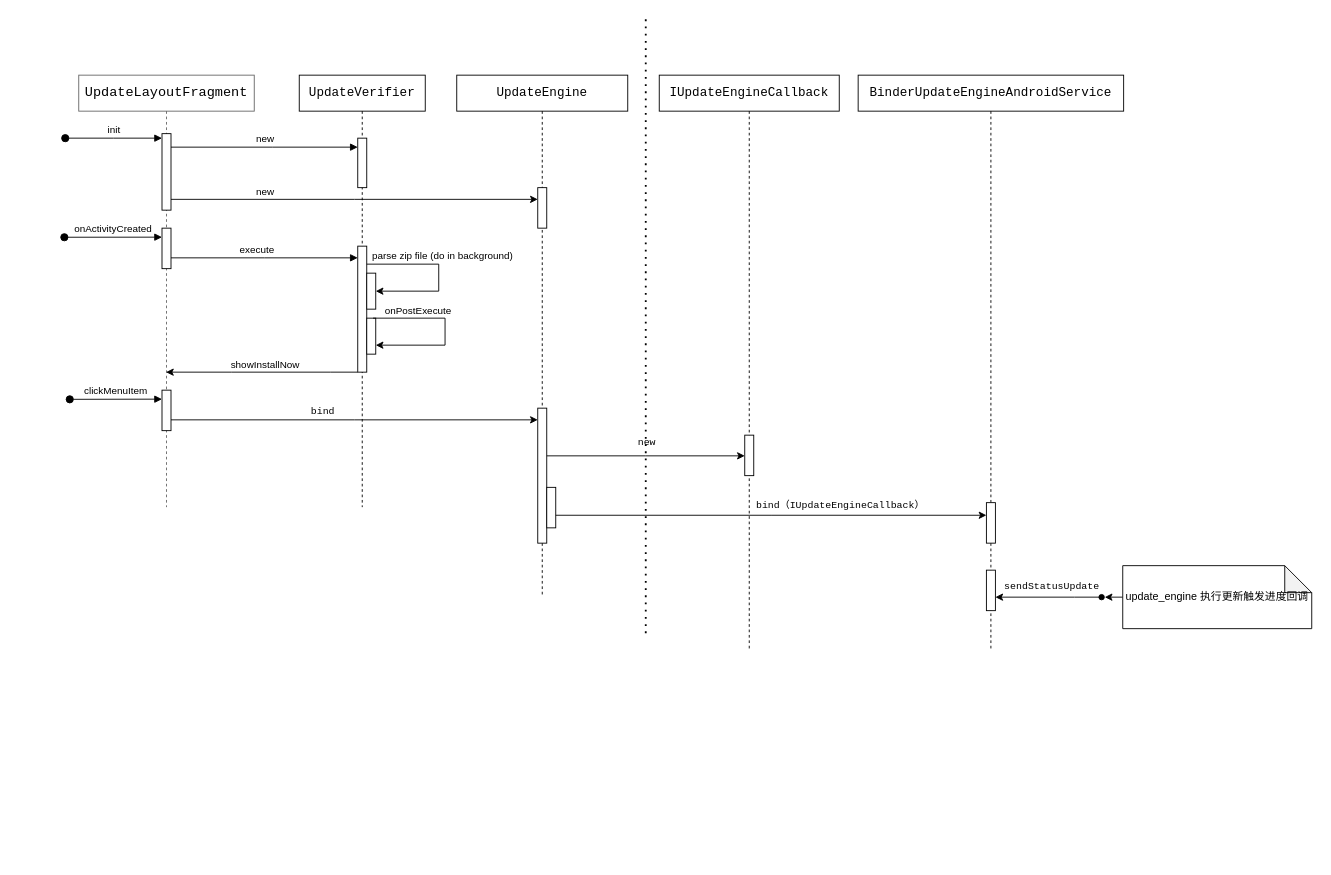
Before: oat_update_engine_app.drawio in lklklk2017/TestDemo, a draw.io diagram. Source tidied: cells renumbered, new cells numbered last; positions are measured from the earlier drawing's top-left corner, leaving out a move shared by most shapes. Both pictures are drawn from the tidied source at 90%, with x=0, y=0 at pixel (64, 16).
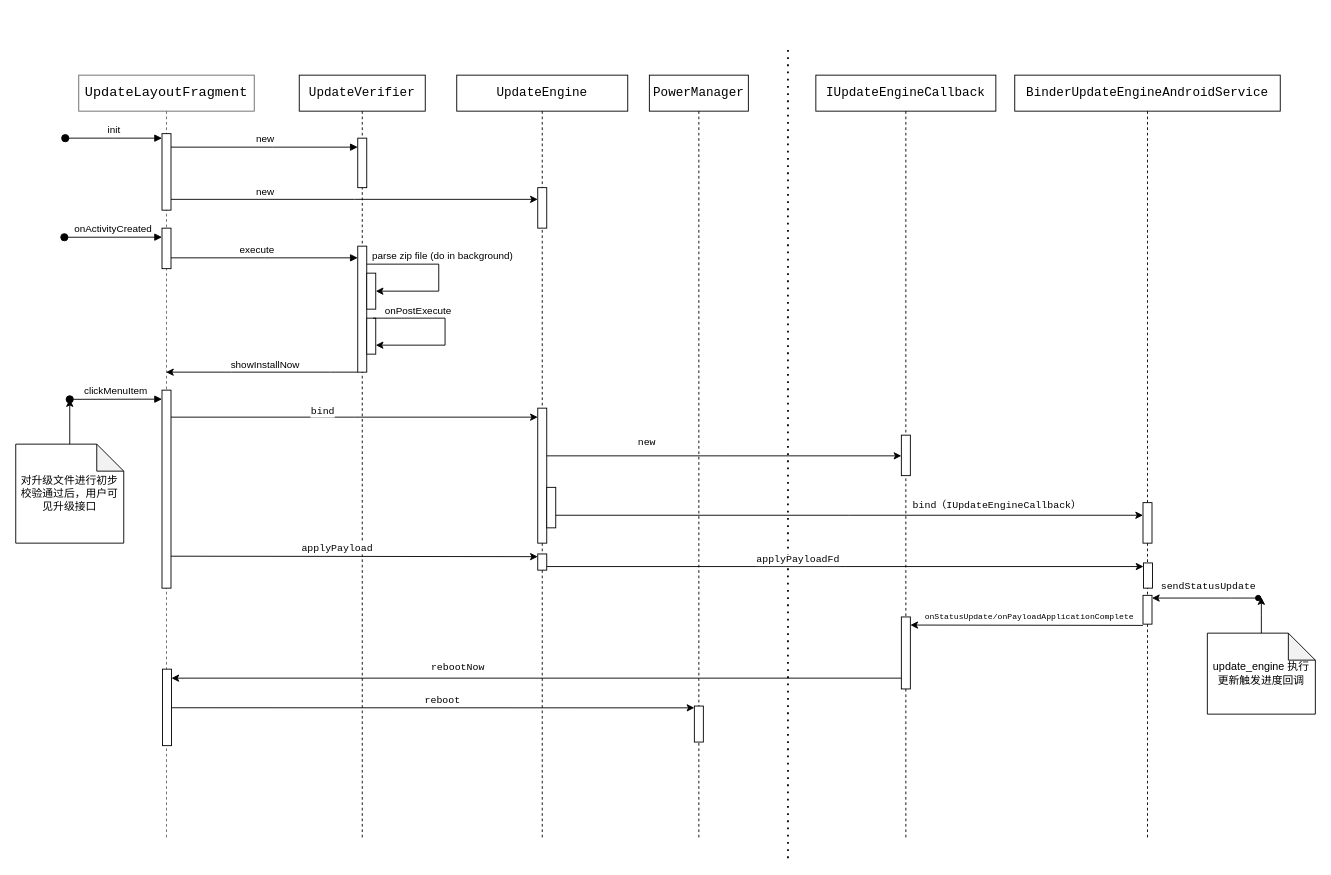
After the change.

Unchanged cells that the change refers to:
```xml
<mxCell id="8" style="html=1;points=[];perimeter=orthogonalPerimeter;outlineConnect=0;targetShapes=umlLifeline;portConstraint=eastwest;newEdgeStyle={&quot;edgeStyle&quot;:&quot;elbowEdgeStyle&quot;,&quot;elbow&quot;:&quot;vertical&quot;,&quot;curved&quot;:0,&quot;rounded&quot;:0};" parent="7" vertex="1">
  <mxGeometry x="90" y="370" width="10" height="150" as="geometry" />
</mxCell>
```

Diff of the diagram source:
```diff
@@
     <mxCell id="2" value="&lt;div style=&quot;font-family: &amp;quot;Source Code Pro&amp;quot;, monospace; font-size: 11.3pt;&quot;&gt;&lt;font style=&quot;&quot; color=&quot;#000000&quot;&gt;UpdateLayoutFragment&lt;/font&gt;&lt;/div&gt;" style="shape=umlLifeline;perimeter=lifelinePerimeter;whiteSpace=wrap;html=1;outlineConnect=0;portConstraint=eastwest;newEdgeStyle={&quot;edgeStyle&quot;:&quot;elbowEdgeStyle&quot;,&quot;elbow&quot;:&quot;vertical&quot;,&quot;curved&quot;:0,&quot;rounded&quot;:0};fillColor=default;fontColor=#333333;strokeColor=#666666;" parent="1" vertex="1">
-      <mxGeometry x="16" y="65" width="195" height="480" as="geometry" />
+      <mxGeometry x="16" y="65" width="195" height="850" as="geometry" />
     </mxCell>
@@
     <mxCell id="6" style="html=1;points=[];perimeter=orthogonalPerimeter;outlineConnect=0;targetShapes=umlLifeline;portConstraint=eastwest;newEdgeStyle={&quot;edgeStyle&quot;:&quot;elbowEdgeStyle&quot;,&quot;elbow&quot;:&quot;vertical&quot;,&quot;curved&quot;:0,&quot;rounded&quot;:0};" parent="2" vertex="1">
-      <mxGeometry x="92.5" y="350" width="10" height="45" as="geometry" />
+      <mxGeometry x="92.5" y="350" width="10" height="220" as="geometry" />
     </mxCell>
+    <mxCell id="46" style="html=1;points=[];perimeter=orthogonalPerimeter;outlineConnect=0;targetShapes=umlLifeline;portConstraint=eastwest;newEdgeStyle={&quot;edgeStyle&quot;:&quot;elbowEdgeStyle&quot;,&quot;elbow&quot;:&quot;vertical&quot;,&quot;curved&quot;:0,&quot;rounded&quot;:0};" parent="2" vertex="1">
+      <mxGeometry x="93" y="660" width="10" height="85" as="geometry" />
+    </mxCell>
     <mxCell id="7" value="&lt;div style=&quot;font-family: &amp;quot;Source Code Pro&amp;quot;, monospace; font-size: 11.3pt;&quot;&gt;&lt;div style=&quot;font-size: 10.5pt;&quot;&gt;UpdateEngine&lt;/div&gt;&lt;/div&gt;" style="shape=umlLifeline;perimeter=lifelinePerimeter;whiteSpace=wrap;html=1;outlineConnect=0;portConstraint=eastwest;newEdgeStyle={&quot;edgeStyle&quot;:&quot;elbowEdgeStyle&quot;,&quot;elbow&quot;:&quot;vertical&quot;,&quot;curved&quot;:0,&quot;rounded&quot;:0};" parent="1" vertex="1">
-      <mxGeometry x="436" y="65" width="190" height="580" as="geometry" />
+      <mxGeometry x="436" y="65" width="190" height="850" as="geometry" />
     </mxCell>
@@
+    <mxCell id="47" style="edgeStyle=elbowEdgeStyle;rounded=0;jettySize=auto;html=1;elbow=vertical;curved=0;" parent="7" edge="1" source="48" target="7">
+      <mxGeometry relative="1" as="geometry" />
+    </mxCell>
+    <mxCell id="48" style="html=1;points=[];perimeter=orthogonalPerimeter;outlineConnect=0;targetShapes=umlLifeline;portConstraint=eastwest;newEdgeStyle={&quot;edgeStyle&quot;:&quot;elbowEdgeStyle&quot;,&quot;elbow&quot;:&quot;vertical&quot;,&quot;curved&quot;:0,&quot;rounded&quot;:0};" parent="7" vertex="1">
+      <mxGeometry x="90" y="532" width="10" height="18" as="geometry" />
+    </mxCell>
@@
     <mxCell id="12" value="&lt;div style=&quot;font-family: &amp;quot;Source Code Pro&amp;quot;, monospace; font-size: 11.3pt;&quot;&gt;&lt;div style=&quot;font-size: 11.3pt;&quot;&gt;&lt;div style=&quot;font-size: 10.5pt;&quot;&gt;IUpdateEngineCallback&lt;/div&gt;&lt;/div&gt;&lt;/div&gt;" style="shape=umlLifeline;perimeter=lifelinePerimeter;whiteSpace=wrap;html=1;outlineConnect=0;portConstraint=eastwest;newEdgeStyle={&quot;edgeStyle&quot;:&quot;elbowEdgeStyle&quot;,&quot;elbow&quot;:&quot;vertical&quot;,&quot;curved&quot;:0,&quot;rounded&quot;:0};" parent="1" vertex="1">
-      <mxGeometry x="661" y="65" width="200" height="640" as="geometry" />
+      <mxGeometry x="835" y="65" width="200" height="850" as="geometry" />
     </mxCell>
@@
+    <mxCell id="49" style="html=1;points=[];perimeter=orthogonalPerimeter;outlineConnect=0;targetShapes=umlLifeline;portConstraint=eastwest;newEdgeStyle={&quot;edgeStyle&quot;:&quot;elbowEdgeStyle&quot;,&quot;elbow&quot;:&quot;vertical&quot;,&quot;curved&quot;:0,&quot;rounded&quot;:0};" parent="12" vertex="1">
+      <mxGeometry x="95" y="602" width="10" height="80" as="geometry" />
+    </mxCell>
     <mxCell id="15" value="&lt;div style=&quot;font-family: &amp;quot;Source Code Pro&amp;quot;, monospace; font-size: 11.3pt;&quot;&gt;&lt;div style=&quot;font-size: 10.5pt;&quot;&gt;UpdateVerifier&lt;/div&gt;&lt;/div&gt;" style="shape=umlLifeline;perimeter=lifelinePerimeter;whiteSpace=wrap;html=1;newEdgeStyle={&quot;edgeStyle&quot;:&quot;elbowEdgeStyle&quot;,&quot;elbow&quot;:&quot;vertical&quot;,&quot;curved&quot;:0,&quot;rounded&quot;:0};" parent="1" vertex="1">
-      <mxGeometry x="261" y="65" width="140" height="480" as="geometry" />
+      <mxGeometry x="261" y="65" width="140" height="850" as="geometry" />
     </mxCell>
@@
     <mxCell id="23" value="&lt;div style=&quot;font-family: &amp;quot;Source Code Pro&amp;quot;, monospace; font-size: 11.3pt;&quot;&gt;&lt;div style=&quot;font-size: 11.3pt;&quot;&gt;&lt;div style=&quot;font-size: 10.5pt;&quot;&gt;BinderUpdateEngineAndroidService&lt;/div&gt;&lt;/div&gt;&lt;/div&gt;" style="shape=umlLifeline;perimeter=lifelinePerimeter;whiteSpace=wrap;html=1;newEdgeStyle={&quot;edgeStyle&quot;:&quot;elbowEdgeStyle&quot;,&quot;elbow&quot;:&quot;vertical&quot;,&quot;curved&quot;:0,&quot;rounded&quot;:0};" parent="1" vertex="1">
-      <mxGeometry x="882" y="65" width="295" height="640" as="geometry" />
+      <mxGeometry x="1056" y="65" width="295" height="850" as="geometry" />
     </mxCell>
@@
     <mxCell id="25" style="html=1;points=[];perimeter=orthogonalPerimeter;outlineConnect=0;targetShapes=umlLifeline;portConstraint=eastwest;newEdgeStyle={&quot;edgeStyle&quot;:&quot;elbowEdgeStyle&quot;,&quot;elbow&quot;:&quot;vertical&quot;,&quot;curved&quot;:0,&quot;rounded&quot;:0};" parent="23" vertex="1">
-      <mxGeometry x="142.5" y="550" width="10" height="45" as="geometry" />
+      <mxGeometry x="142.5" y="578" width="10" height="32" as="geometry" />
     </mxCell>
+    <mxCell id="50" style="html=1;points=[];perimeter=orthogonalPerimeter;outlineConnect=0;targetShapes=umlLifeline;portConstraint=eastwest;newEdgeStyle={&quot;edgeStyle&quot;:&quot;elbowEdgeStyle&quot;,&quot;elbow&quot;:&quot;vertical&quot;,&quot;curved&quot;:0,&quot;rounded&quot;:0};" parent="23" vertex="1">
+      <mxGeometry x="143" y="542" width="10" height="28" as="geometry" />
+    </mxCell>
     <mxCell id="26" style="edgeStyle=orthogonalEdgeStyle;rounded=0;jettySize=auto;html=1;" parent="1" edge="1" source="27">
       <mxGeometry relative="1" as="geometry">
-        <mxPoint x="1156" y="645" as="targetPoint" />
+        <mxPoint x="1330" y="645" as="targetPoint" />
       </mxGeometry>
     </mxCell>
     <mxCell id="27" value="update_engine 执行更新触发进度回调" style="shape=note;whiteSpace=wrap;html=1;backgroundOutline=1;darkOpacity=0.05;" parent="1" vertex="1">
-      <mxGeometry x="1176" y="610" width="210" height="70" as="geometry" />
+      <mxGeometry x="1270" y="685" width="120" height="90" as="geometry" />
     </mxCell>
@@
-    <mxCell id="35" style="edgeStyle=elbowEdgeStyle;rounded=0;jettySize=auto;html=1;elbow=vertical;curved=0;" parent="1" edge="1" source="6" target="8">
-      <mxGeometry relative="1" as="geometry" />
+    <mxCell id="35" style="edgeStyle=elbowEdgeStyle;rounded=0;jettySize=auto;html=1;elbow=vertical;curved=0;" parent="1" edge="1" source="6">
+      <mxGeometry relative="1" as="geometry">
+        <mxPoint x="526" y="445" as="targetPoint" />
+      </mxGeometry>
     </mxCell>
@@
     <mxCell id="42" style="endArrow=none;dashed=1;html=1;dashPattern=1 3;strokeWidth=2;rounded=0;" parent="1" edge="1">
       <mxGeometry relative="1" as="geometry">
-        <mxPoint x="646" y="685" as="sourcePoint" />
-        <mxPoint x="646" as="targetPoint" />
+        <mxPoint x="804" y="935" as="sourcePoint" />
+        <mxPoint x="804" y="35" as="targetPoint" />
       </mxGeometry>
     </mxCell>
     <mxCell id="43" value="&lt;div style=&quot;font-family: &amp;quot;Source Code Pro&amp;quot;, monospace;&quot;&gt;bind（IUpdateEngineCallback）&lt;/div&gt;" style="edgeLabel;html=1;align=center;verticalAlign=middle;" parent="1" vertex="1">
-      <mxGeometry x="861" y="535" as="geometry">
+      <mxGeometry x="1035" y="535" as="geometry">
         <mxPoint y="7" as="offset" />
       </mxGeometry>
     </mxCell>
-    <mxCell id="44" style="endArrow=classic;html=1;rounded=0;shadow=0;startArrow=oval;startFill=1;" parent="1" edge="1" target="25">
+    <mxCell id="44" style="endArrow=classic;html=1;rounded=0;shadow=0;startArrow=oval;startFill=1;" parent="1" edge="1">
       <mxGeometry relative="1" as="geometry">
-        <mxPoint x="1152.5" y="645" as="sourcePoint" />
+        <mxPoint x="1326.5" y="646" as="sourcePoint" />
+        <mxPoint x="1208.5" y="646" as="targetPoint" />
         <Array as="points">
-          <mxPoint x="1152.5" y="645" />
-          <mxPoint x="1122.5" y="645" />
+          <mxPoint x="1326.5" y="646" />
+          <mxPoint x="1296.5" y="646" />
         </Array>
       </mxGeometry>
     </mxCell>
     <mxCell id="45" value="&lt;div style=&quot;font-family: &amp;quot;Source Code Pro&amp;quot;, monospace;&quot;&gt;sendStatusUpdate&lt;/div&gt;" style="edgeLabel;html=1;align=center;verticalAlign=middle;" parent="1" vertex="1">
-      <mxGeometry x="1096" y="625" as="geometry">
+      <mxGeometry x="1270" y="625" as="geometry">
         <mxPoint y="7" as="offset" />
       </mxGeometry>
     </mxCell>
+    <mxCell id="51" style="edgeStyle=elbowEdgeStyle;rounded=0;orthogonalLoop=1;jettySize=auto;html=1;elbow=vertical;curved=0;" parent="1" edge="1">
+      <mxGeometry relative="1" as="geometry">
+        <mxPoint x="1198.5" y="676.4" as="sourcePoint" />
+        <mxPoint x="940" y="676.4" as="targetPoint" />
+      </mxGeometry>
+    </mxCell>
+    <mxCell id="52" value="&lt;div style=&quot;font-family: &amp;quot;Source Code Pro&amp;quot;, monospace;&quot;&gt;&lt;font style=&quot;font-size: 9px;&quot;&gt;onStatusUpdate/onPayloadApplicationComplete&lt;/font&gt;&lt;/div&gt;" style="edgeLabel;html=1;align=center;verticalAlign=middle;" parent="1" vertex="1">
+      <mxGeometry x="1071" y="659" as="geometry">
+        <mxPoint y="7" as="offset" />
+      </mxGeometry>
+    </mxCell>
+    <mxCell id="53" style="edgeStyle=elbowEdgeStyle;rounded=0;jettySize=auto;html=1;elbow=vertical;curved=0;" parent="1" edge="1" source="49" target="46">
+      <mxGeometry relative="1" as="geometry">
+        <Array as="points">
+          <mxPoint x="706" y="735" />
+        </Array>
+      </mxGeometry>
+    </mxCell>
+    <mxCell id="54" value="&lt;div style=&quot;font-family: &amp;quot;Source Code Pro&amp;quot;, monospace;&quot;&gt;&lt;font style=&quot;font-size: 11px;&quot;&gt;rebootNow&lt;/font&gt;&lt;/div&gt;" style="edgeLabel;html=1;align=center;verticalAlign=middle;" parent="1" vertex="1">
+      <mxGeometry x="436" y="716" as="geometry">
+        <mxPoint y="7" as="offset" />
+      </mxGeometry>
+    </mxCell>
+    <mxCell id="55" value="&lt;div style=&quot;font-family: &amp;quot;Source Code Pro&amp;quot;, monospace; font-size: 11.3pt;&quot;&gt;&lt;div style=&quot;font-size: 11.3pt;&quot;&gt;&lt;div style=&quot;font-size: 10.5pt;&quot;&gt;PowerManager&lt;/div&gt;&lt;/div&gt;&lt;/div&gt;" style="shape=umlLifeline;perimeter=lifelinePerimeter;whiteSpace=wrap;html=1;newEdgeStyle={&quot;edgeStyle&quot;:&quot;elbowEdgeStyle&quot;,&quot;elbow&quot;:&quot;vertical&quot;,&quot;curved&quot;:0,&quot;rounded&quot;:0};" parent="1" vertex="1">
+      <mxGeometry x="650" y="65" width="110" height="850" as="geometry" />
+    </mxCell>
+    <mxCell id="56" style="html=1;points=[];perimeter=orthogonalPerimeter;outlineConnect=0;targetShapes=umlLifeline;portConstraint=eastwest;newEdgeStyle={&quot;edgeStyle&quot;:&quot;elbowEdgeStyle&quot;,&quot;elbow&quot;:&quot;vertical&quot;,&quot;curved&quot;:0,&quot;rounded&quot;:0};" parent="55" vertex="1">
+      <mxGeometry x="50" y="701" width="10" height="40" as="geometry" />
+    </mxCell>
+    <mxCell id="57" style="edgeStyle=elbowEdgeStyle;rounded=0;jettySize=auto;html=1;elbow=vertical;curved=0;" parent="1" edge="1" target="56">
+      <mxGeometry relative="1" as="geometry">
+        <mxPoint x="119" y="767.9" as="sourcePoint" />
+      </mxGeometry>
+    </mxCell>
+    <mxCell id="58" value="&lt;div style=&quot;font-family: &amp;quot;Source Code Pro&amp;quot;, monospace;&quot;&gt;&lt;font style=&quot;font-size: 11px;&quot;&gt;reboot&lt;/font&gt;&lt;/div&gt;" style="edgeLabel;html=1;align=center;verticalAlign=middle;" parent="1" vertex="1">
+      <mxGeometry x="848" y="757" as="geometry">
+        <mxPoint x="-429" y="2" as="offset" />
+      </mxGeometry>
+    </mxCell>
+    <mxCell id="59" style="edgeStyle=elbowEdgeStyle;rounded=0;orthogonalLoop=1;jettySize=auto;html=1;elbow=vertical;curved=0;" parent="1" edge="1">
+      <mxGeometry relative="1" as="geometry">
+        <mxPoint x="118.5" y="599.5" as="sourcePoint" />
+        <mxPoint x="526" y="599.5" as="targetPoint" />
+      </mxGeometry>
+    </mxCell>
+    <mxCell id="60" value="&lt;div style=&quot;font-family: &amp;quot;Source Code Pro&amp;quot;, monospace;&quot;&gt;&lt;font style=&quot;font-size: 11px;&quot;&gt;applyPayload&lt;/font&gt;&lt;/div&gt;" style="edgeLabel;html=1;align=center;verticalAlign=middle;" parent="1" vertex="1">
+      <mxGeometry x="306" y="595" as="geometry">
+        <mxPoint x="-4" y="-5" as="offset" />
+      </mxGeometry>
+    </mxCell>
+    <mxCell id="61" style="edgeStyle=elbowEdgeStyle;rounded=0;jettySize=auto;html=1;elbow=vertical;curved=0;" parent="1" edge="1" source="48" target="50">
+      <mxGeometry relative="1" as="geometry" />
+    </mxCell>
+    <mxCell id="62" value="&lt;div style=&quot;font-family: &amp;quot;Source Code Pro&amp;quot;, monospace;&quot;&gt;&lt;font style=&quot;font-size: 11px;&quot;&gt;applyPayloadFd&lt;/font&gt;&lt;/div&gt;" style="edgeLabel;html=1;align=center;verticalAlign=middle;" parent="1" vertex="1">
+      <mxGeometry x="394" y="605" as="geometry">
+        <mxPoint x="420" y="-2" as="offset" />
+      </mxGeometry>
+    </mxCell>
+    <mxCell id="63" style="edgeStyle=orthogonalEdgeStyle;rounded=0;jettySize=auto;html=1;" parent="1" edge="1" source="64">
+      <mxGeometry relative="1" as="geometry">
+        <mxPoint x="6" y="425" as="targetPoint" />
+      </mxGeometry>
+    </mxCell>
+    <mxCell id="64" value="对升级文件进行初步校验通过后，用户可见升级接口" style="shape=note;whiteSpace=wrap;html=1;backgroundOutline=1;darkOpacity=0.05;" parent="1" vertex="1">
+      <mxGeometry x="-54" y="475" width="120" height="110" as="geometry" />
+    </mxCell>
```
